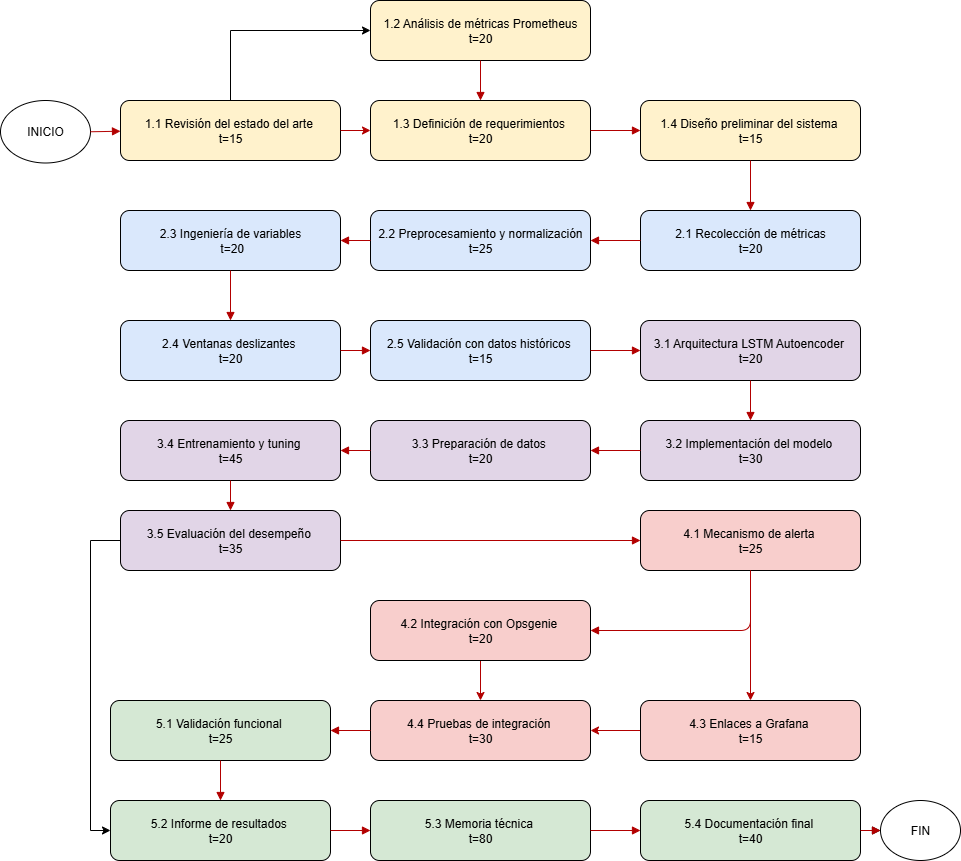
The draw.io diagram Figuras/AoN.png in christophcharaf/Plantilla-planificacion, before a commit. Source tidied: cells renumbered, new cells last; positions are measured from the earlier drawing's top-left corner, leaving out a move shared by most shapes.
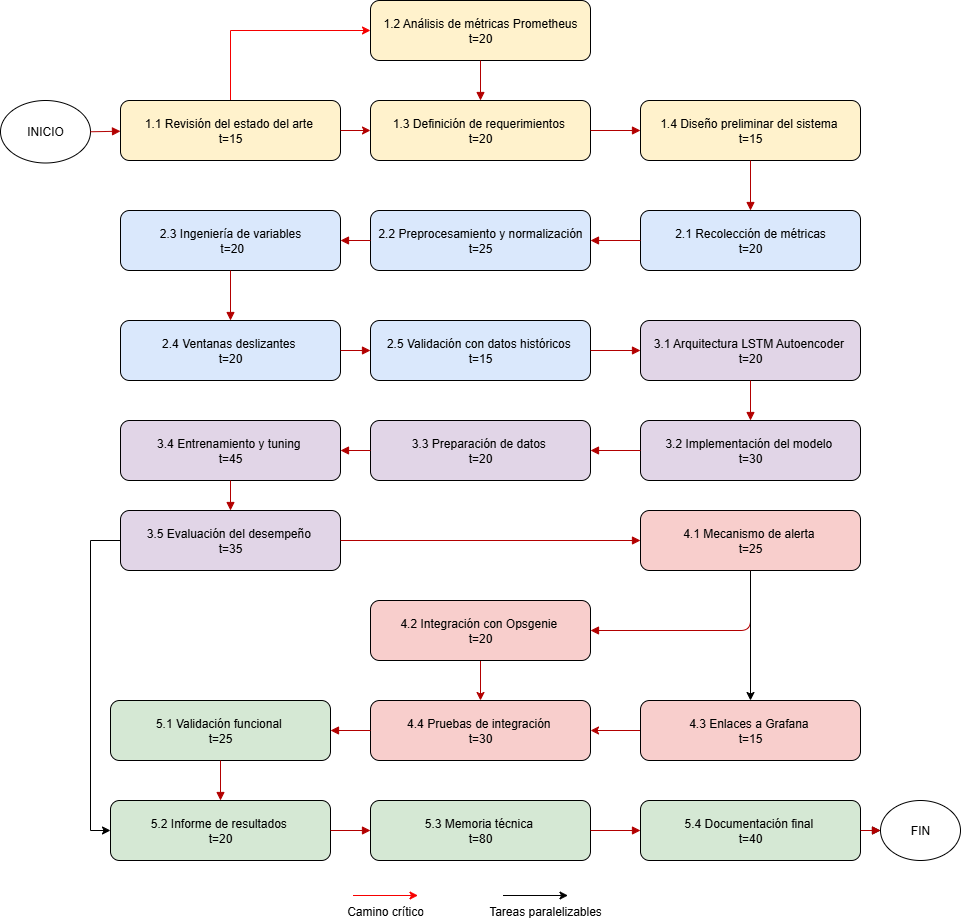
After the change.

Change to the diagram source:
```diff
@@ -5,7 +5,7 @@
     <mxCell id="2" value="INICIO" style="ellipse;whiteSpace=wrap;html=1;" parent="1" vertex="1">
       <mxGeometry y="100" width="90" height="62.5" as="geometry" />
     </mxCell>
-    <mxCell id="3" style="edgeStyle=orthogonalEdgeStyle;rounded=0;jettySize=auto;html=1;exitX=0.5;exitY=0;exitDx=0;exitDy=0;entryX=0;entryY=0.5;entryDx=0;entryDy=0;" parent="1" edge="1" source="4" target="5">
+    <mxCell id="3" style="edgeStyle=orthogonalEdgeStyle;rounded=0;jettySize=auto;html=1;exitX=0.5;exitY=0;exitDx=0;exitDy=0;entryX=0;entryY=0.5;entryDx=0;entryDy=0;strokeColor=light-dark(#f50000, #ededed);" parent="1" edge="1" source="4" target="5">
       <mxGeometry relative="1" as="geometry" />
     </mxCell>
     <mxCell id="4" value="1.1 Revisión del estado del arte&amp;nbsp;&lt;div&gt;t=15&lt;/div&gt;" style="rounded=1;fillColor=#fff2cc;whiteSpace=wrap;html=1;" parent="1" vertex="1">
@@ -156,8 +156,30 @@
     <mxCell id="51" style="edgeStyle=orthogonalEdgeStyle;rounded=0;html=1;fillColor=#e51400;strokeColor=#B20000;" parent="1" edge="1" source="4" target="6">
       <mxGeometry relative="1" as="geometry" />
     </mxCell>
-    <mxCell id="52" style="endArrow=classic;html=1;rounded=0;exitX=0.5;exitY=1;exitDx=0;exitDy=0;entryX=0.5;entryY=0;entryDx=0;entryDy=0;fillColor=#e51400;strokeColor=#B20000;" parent="1" edge="1" source="19" target="23">
+    <mxCell id="52" style="endArrow=classic;html=1;rounded=0;exitX=0.5;exitY=1;exitDx=0;exitDy=0;entryX=0.5;entryY=0;entryDx=0;entryDy=0;fillColor=#e51400;strokeColor=#000000;" parent="1" edge="1" source="19" target="23">
       <mxGeometry relative="1" as="geometry" />
     </mxCell>
+    <mxCell id="53" style="endArrow=classic;html=1;rounded=0;fillColor=#f8cecc;strokeColor=#F70000;" parent="1" edge="1">
+      <mxGeometry relative="1" as="geometry">
+        <mxPoint x="352.5" y="895" as="sourcePoint" />
+        <mxPoint x="417.5" y="895" as="targetPoint" />
+      </mxGeometry>
+    </mxCell>
+    <object id="54" label="Camino crítico" name="Variable" placeholders="1">
+      <mxCell style="text;html=1;strokeColor=none;fillColor=none;align=center;verticalAlign=middle;whiteSpace=wrap;overflow=hidden;" parent="1" vertex="1">
+        <mxGeometry x="330" y="901" width="110" height="20" as="geometry" />
+      </mxCell>
+    </object>
+    <mxCell id="55" style="endArrow=classic;html=1;rounded=0;fillColor=#f8cecc;strokeColor=#000000;" parent="1" edge="1">
+      <mxGeometry relative="1" as="geometry">
+        <mxPoint x="502.5" y="895" as="sourcePoint" />
+        <mxPoint x="567.5" y="895" as="targetPoint" />
+      </mxGeometry>
+    </mxCell>
+    <object id="56" label="Tareas paralelizables" name="Variable" placeholders="1">
+      <mxCell style="text;html=1;strokeColor=none;fillColor=none;align=center;verticalAlign=middle;whiteSpace=wrap;overflow=hidden;" parent="1" vertex="1">
+        <mxGeometry x="480" y="901" width="130" height="20" as="geometry" />
+      </mxCell>
+    </object>
   </root>
 </mxGraphModel>
```
